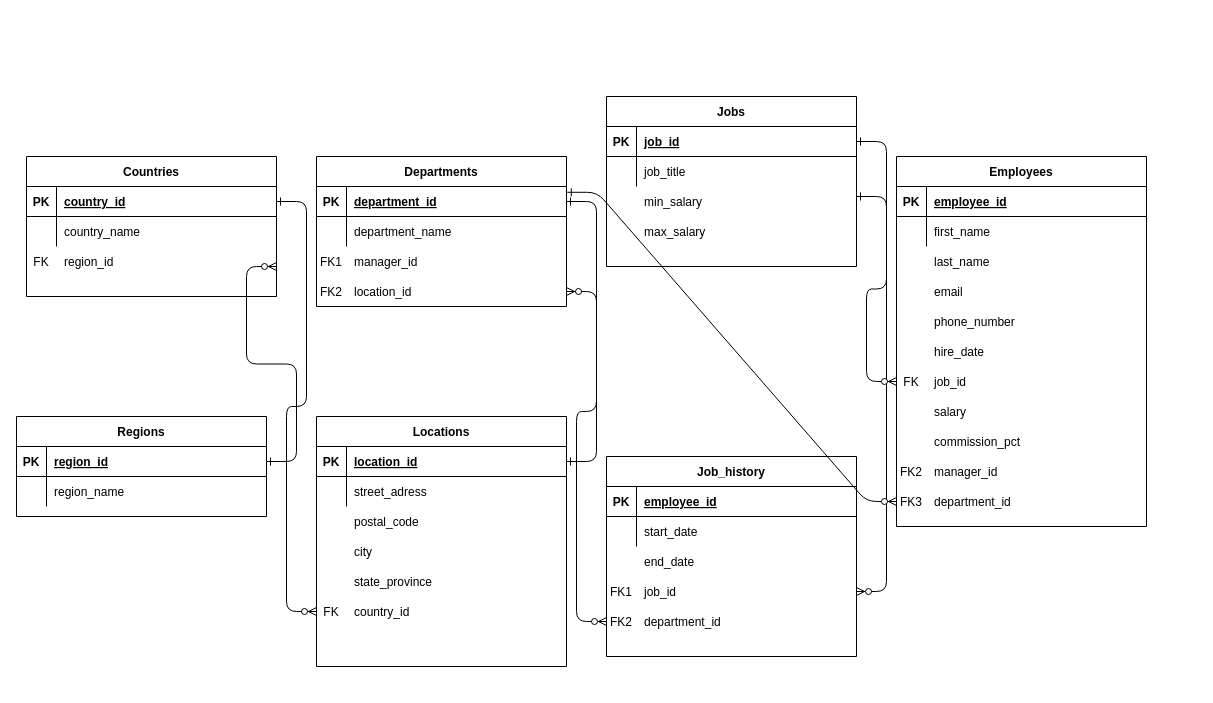
The draw.io diagram ICS120.drawio in hazelisles/hazelisles, before the edit. Source tidied: cells renumbered, new cells numbered last; positions are measured from the earlier drawing's top-left corner, leaving out a move shared by most shapes. Both pictures are drawn from the tidied source at 100%, with x=0, y=0 at pixel (16, 96).
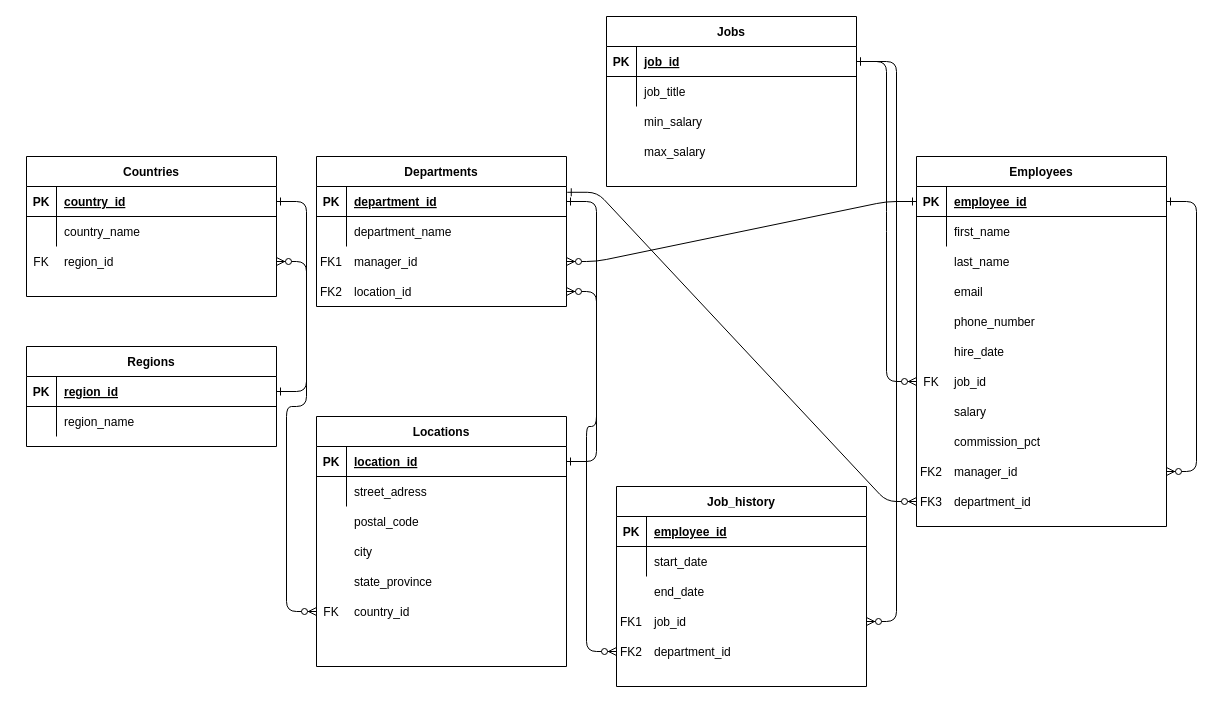
After the change.

Unchanged cells that the change refers to:
```xml
<mxCell id="10" style="shape=partialRectangle;fillColor=none;points=[[0,0.5],[1,0.5]];portConstraint=eastwest;top=0;left=0;right=0;bottom=1;" parent="9" vertex="1">
  <mxGeometry y="30" width="250" height="30" as="geometry" />
</mxCell>
<mxCell id="17" style="shape=partialRectangle;fillColor=none;points=[[0,0.5],[1,0.5]];portConstraint=eastwest;top=0;left=0;right=0;bottom=0;" parent="1" vertex="1">
  <mxGeometry x="10" y="150" width="250" height="30" as="geometry" />
</mxCell>
<mxCell id="42" style="shape=partialRectangle;fillColor=none;points=[[0,0.5],[1,0.5]];portConstraint=eastwest;top=0;left=0;right=0;bottom=1;" parent="41" vertex="1">
  <mxGeometry y="30" width="250" height="30" as="geometry" />
</mxCell>
<mxCell id="60" style="shape=partialRectangle;fillColor=none;points=[[0,0.5],[1,0.5]];portConstraint=eastwest;top=0;left=0;right=0;bottom=0;" parent="40" vertex="1">
  <mxGeometry y="210" width="250" height="30" as="geometry" />
</mxCell>
<mxCell id="69" style="shape=partialRectangle;fillColor=none;points=[[0,0.5],[1,0.5]];portConstraint=eastwest;top=0;left=0;right=0;bottom=0;" parent="40" vertex="1">
  <mxGeometry y="300" width="250" height="30" as="geometry" />
</mxCell>
<mxCell id="77" style="shape=partialRectangle;fillColor=none;points=[[0,0.5],[1,0.5]];portConstraint=eastwest;top=0;left=0;right=0;bottom=1;" parent="76" vertex="1">
  <mxGeometry y="30" width="250" height="30" as="geometry" />
</mxCell>
<mxCell id="100" style="shape=partialRectangle;fillColor=none;points=[[0,0.5],[1,0.5]];portConstraint=eastwest;top=0;left=0;right=0;bottom=0;" parent="89" vertex="1">
  <mxGeometry y="120" width="250" height="30" as="geometry" />
</mxCell>
<mxCell id="114" style="shape=partialRectangle;fillColor=none;points=[[0,0.5],[1,0.5]];portConstraint=eastwest;top=0;left=0;right=0;bottom=0;" parent="106" vertex="1">
  <mxGeometry y="90" width="250" height="30" as="geometry" />
</mxCell>
```

The edit, as a diff of the source:
```diff
@@
     <mxCell id="9" value="Regions" style="shape=table;startSize=30;childLayout=tableLayout;rowLines=0;fontStyle=1;align=center;" parent="1" vertex="1">
-      <mxGeometry y="320" width="250" height="100" as="geometry" />
+      <mxGeometry x="10" y="250" width="250" height="100" as="geometry" />
     </mxCell>
@@
-    <mxCell id="16" style="edgeStyle=entityRelationEdgeStyle;endArrow=ERzeroToMany;startArrow=ERone;endFill=1;startFill=0;" parent="9" edge="1" source="10">
-      <mxGeometry relative="1" as="geometry">
-        <mxPoint x="260" y="-150" as="targetPoint" />
-      </mxGeometry>
-    </mxCell>
@@
     <mxCell id="40" style="group;" parent="1" vertex="1">
-      <mxGeometry x="880" y="60" width="250" height="370" as="geometry" />
+      <mxGeometry x="900" y="60" width="250" height="370" as="geometry" />
     </mxCell>
@@
+    <mxCell id="126" style="edgeStyle=entityRelationEdgeStyle;endArrow=ERzeroToMany;startArrow=ERone;endFill=1;startFill=0;exitX=1;exitY=0.5;exitDx=0;exitDy=0;entryX=1;entryY=0.5;entryDx=0;entryDy=0;sketch=0;" parent="40" edge="1" source="42" target="69">
+      <mxGeometry relative="1" as="geometry" />
+    </mxCell>
     <mxCell id="75" style="group;" parent="1" vertex="1">
-      <mxGeometry x="590" width="250" height="170" as="geometry" />
+      <mxGeometry x="590" y="-80" width="250" height="170" as="geometry" />
     </mxCell>
@@
     <mxCell id="89" style="group;" parent="1" vertex="1">
-      <mxGeometry x="590" y="360" width="250" height="200" as="geometry" />
+      <mxGeometry x="600" y="390" width="250" height="200" as="geometry" />
     </mxCell>
@@
-    <mxCell id="123" style="edgeStyle=entityRelationEdgeStyle;endArrow=ERzeroToMany;startArrow=ERone;endFill=1;startFill=0;exitX=1;exitY=0.5;exitDx=0;exitDy=0;entryX=1;entryY=0.5;entryDx=0;entryDy=0;" parent="1" edge="1" source="77" target="100">
+    <mxCell id="123" style="edgeStyle=entityRelationEdgeStyle;endArrow=ERzeroToMany;startArrow=ERone;endFill=1;startFill=0;exitX=1;exitY=0.5;exitDx=0;exitDy=0;" parent="1" edge="1" source="77" target="100">
       <mxGeometry relative="1" as="geometry" />
     </mxCell>
-    <mxCell id="124" style="edgeStyle=entityRelationEdgeStyle;endArrow=ERzeroToMany;startArrow=ERone;endFill=1;startFill=0;entryX=0;entryY=0.5;entryDx=0;entryDy=0;" parent="1" edge="1" target="60">
-      <mxGeometry relative="1" as="geometry">
-        <mxPoint x="840" y="100" as="sourcePoint" />
-      </mxGeometry>
+    <mxCell id="124" style="edgeStyle=entityRelationEdgeStyle;endArrow=ERzeroToMany;startArrow=ERone;endFill=1;startFill=0;entryX=0;entryY=0.5;entryDx=0;entryDy=0;exitX=1;exitY=0.5;exitDx=0;exitDy=0;" parent="1" edge="1" source="77" target="60">
+      <mxGeometry relative="1" as="geometry" />
     </mxCell>
@@
+    <mxCell id="127" style="edgeStyle=entityRelationEdgeStyle;endArrow=ERzeroToMany;startArrow=ERone;endFill=1;startFill=0;exitX=0;exitY=0.5;exitDx=0;exitDy=0;entryX=1;entryY=0.5;entryDx=0;entryDy=0;sketch=0;" parent="1" edge="1" source="42" target="114">
+      <mxGeometry relative="1" as="geometry" />
+    </mxCell>
+    <mxCell id="128" style="edgeStyle=entityRelationEdgeStyle;endArrow=ERzeroToMany;startArrow=ERone;endFill=1;startFill=0;" parent="1" edge="1" target="17">
+      <mxGeometry relative="1" as="geometry">
+        <mxPoint x="260" y="295" as="sourcePoint" />
+      </mxGeometry>
+    </mxCell>
```
